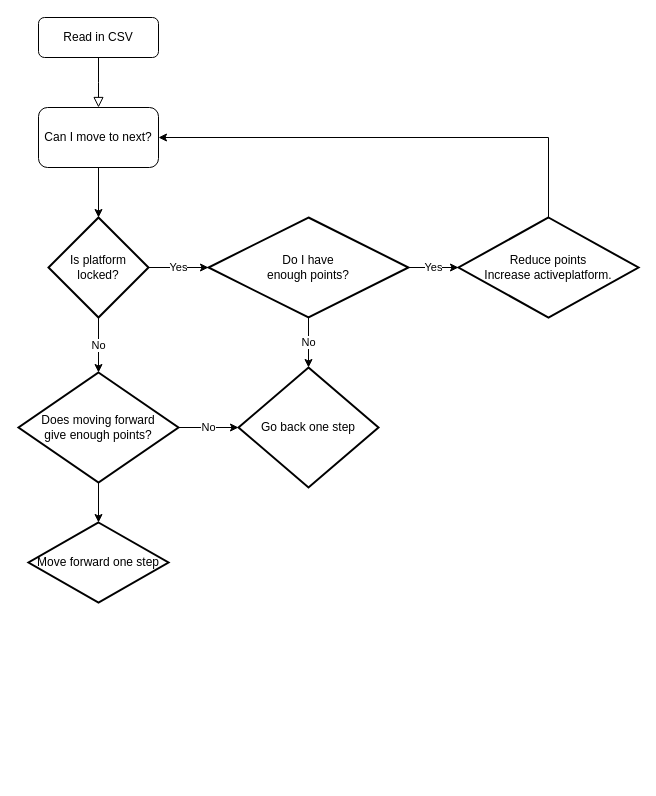
The draw.io diagram Untitled Diagram.drawio in viidikas/nortal-platformer, before the edit. Source tidied: cells renumbered, new cells numbered last; positions are measured from the earlier drawing's top-left corner, leaving out a move shared by most shapes. Both pictures are drawn from the tidied source at 100%, with x=0, y=0 at pixel (18, 17).
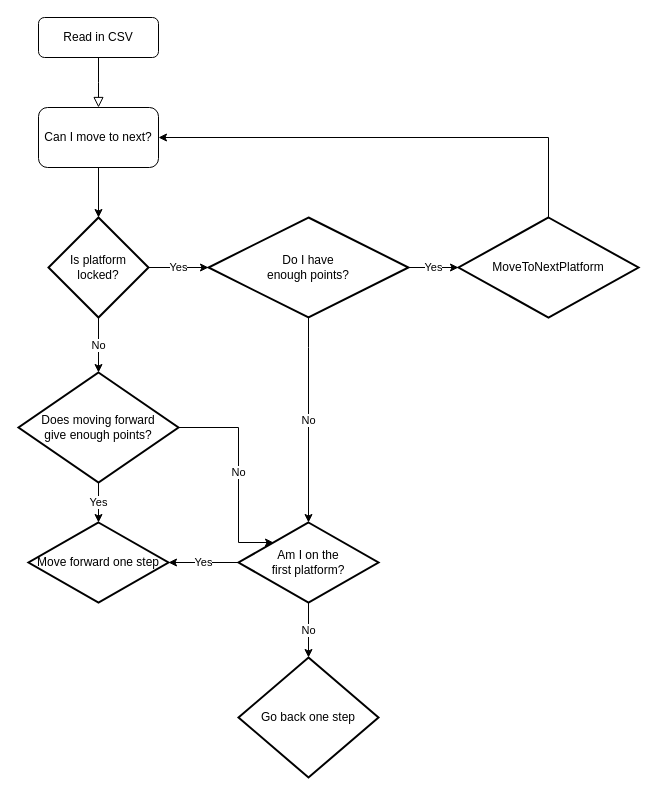
The same page after the edit.

Unchanged cells that the change refers to:
```xml
<mxCell id="7" value="Do I have&lt;br&gt;enough points?" style="rhombus;whiteSpace=wrap;html=1;strokeWidth=2;" parent="1" vertex="1">
  <mxGeometry x="190" y="200" width="200" height="100" as="geometry" />
</mxCell>
<mxCell id="14" value="Does moving forward&lt;br&gt;give enough points?" style="rhombus;whiteSpace=wrap;html=1;strokeWidth=2;" parent="1" vertex="1">
  <mxGeometry y="355" width="160" height="110" as="geometry" />
</mxCell>
<mxCell id="18" value="Move forward one step" style="rhombus;whiteSpace=wrap;html=1;strokeWidth=2;" parent="1" vertex="1">
  <mxGeometry x="10" y="505" width="140" height="80" as="geometry" />
</mxCell>
```

What changed in the source:
```diff
@@
+    <mxCell id="19" value="No" style="edgeStyle=orthogonalEdgeStyle;rounded=0;jettySize=auto;html=1;strokeColor=default;" parent="1" edge="1" source="7" target="20">
+      <mxGeometry relative="1" as="geometry">
+        <Array as="points">
+          <mxPoint x="290" y="330" />
+        </Array>
+      </mxGeometry>
+    </mxCell>
@@
-    <mxCell id="9" value="Reduce points&lt;br&gt;Increase activeplatform." style="rhombus;whiteSpace=wrap;html=1;strokeWidth=2;" parent="1" vertex="1">
+    <mxCell id="9" value="MoveToNextPlatform" style="rhombus;whiteSpace=wrap;html=1;strokeWidth=2;" parent="1" vertex="1">
       <mxGeometry x="440" y="200" width="180" height="100" as="geometry" />
     </mxCell>
@@
-    <mxCell id="12" value="No" style="edgeStyle=orthogonalEdgeStyle;rounded=0;jettySize=auto;html=1;strokeColor=default;" parent="1" edge="1" source="14" target="16">
-      <mxGeometry relative="1" as="geometry" />
+    <mxCell id="12" value="No" style="edgeStyle=orthogonalEdgeStyle;rounded=0;jettySize=auto;html=1;strokeColor=default;entryX=0;entryY=0;entryDx=0;entryDy=0;" parent="1" edge="1" source="14" target="20">
+      <mxGeometry relative="1" as="geometry">
+        <Array as="points">
+          <mxPoint x="220" y="410" />
+          <mxPoint x="220" y="525" />
+        </Array>
+      </mxGeometry>
     </mxCell>
-    <mxCell id="13" style="edgeStyle=orthogonalEdgeStyle;rounded=0;jettySize=auto;html=1;strokeColor=default;" parent="1" edge="1" source="14" target="18">
+    <mxCell id="13" value="Yes" style="edgeStyle=orthogonalEdgeStyle;rounded=0;jettySize=auto;html=1;strokeColor=default;" parent="1" edge="1" source="14" target="18">
       <mxGeometry relative="1" as="geometry" />
     </mxCell>
@@
     <mxCell id="16" value="Go back one step" style="rhombus;whiteSpace=wrap;html=1;strokeWidth=2;" parent="1" vertex="1">
-      <mxGeometry x="220" y="350" width="140" height="120" as="geometry" />
+      <mxGeometry x="220" y="640" width="140" height="120" as="geometry" />
     </mxCell>
-    <mxCell id="17" value="No" style="endArrow=classic;html=1;rounded=0;strokeColor=default;entryX=0.5;entryY=0;entryDx=0;entryDy=0;exitX=0.5;exitY=1;exitDx=0;exitDy=0;" parent="1" edge="1" source="7" target="16">
+    <mxCell id="17" value="No" style="endArrow=classic;html=1;rounded=0;strokeColor=default;entryX=0.5;entryY=0;entryDx=0;entryDy=0;exitX=0.5;exitY=1;exitDx=0;exitDy=0;" parent="1" edge="1" source="20" target="16">
       <mxGeometry relative="1" as="geometry" />
     </mxCell>
@@
+    <mxCell id="20" value="Am I on the &lt;br&gt;first platform?" style="rhombus;whiteSpace=wrap;html=1;strokeWidth=2;" parent="1" vertex="1">
+      <mxGeometry x="220" y="505" width="140" height="80" as="geometry" />
+    </mxCell>
+    <mxCell id="21" value="Yes" style="endArrow=classic;html=1;rounded=0;strokeColor=default;entryX=1;entryY=0.5;entryDx=0;entryDy=0;exitX=0;exitY=0.5;exitDx=0;exitDy=0;" parent="1" edge="1" source="20" target="18">
+      <mxGeometry relative="1" as="geometry" />
+    </mxCell>
```
